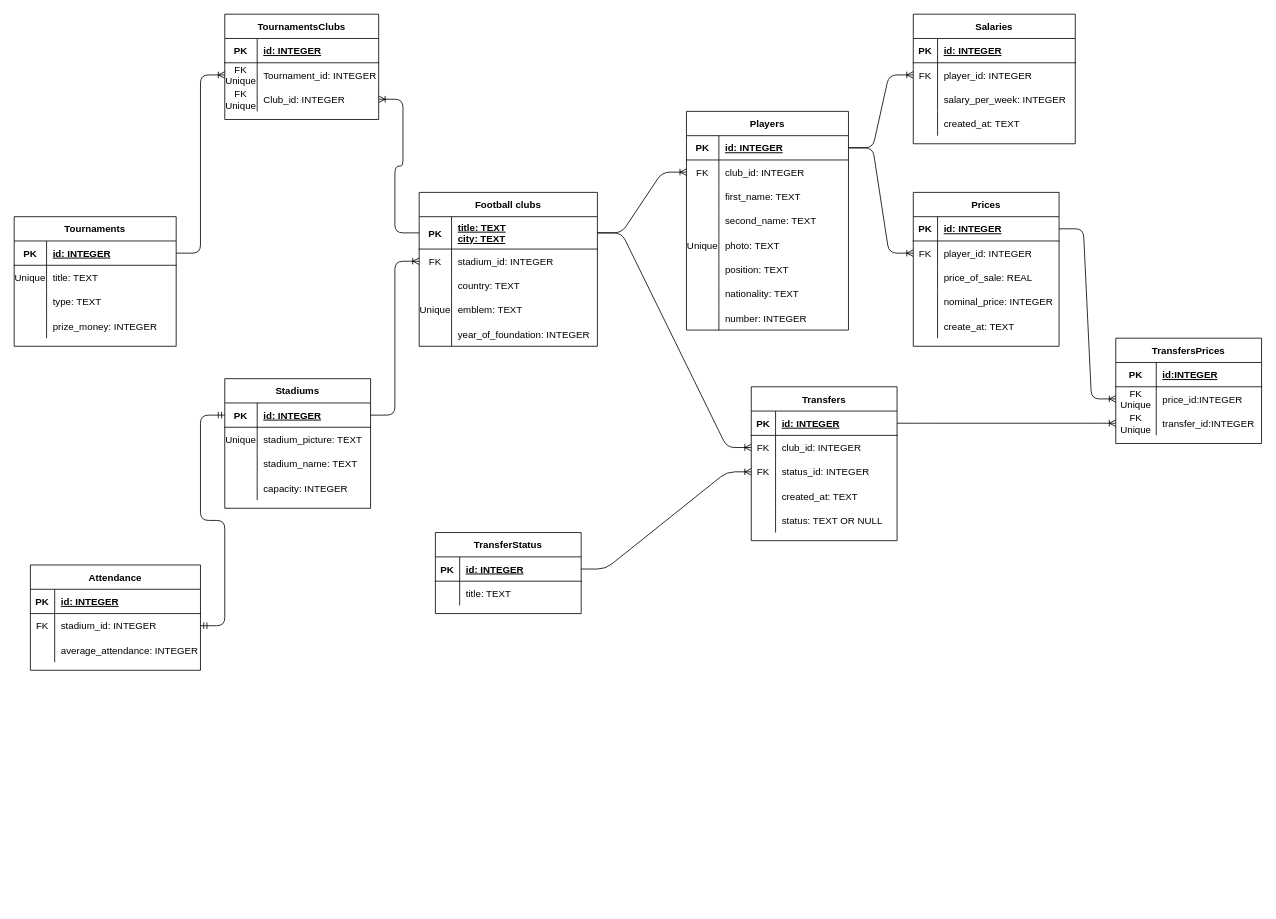
Above: DatabaseIntro/homework.drawio in okdiman/test (draw.io), before the change. Source tidied: cells renumbered, new cells numbered last; positions are measured from the earlier drawing's top-left corner, leaving out a move shared by most shapes. Both pictures are drawn from the tidied source at 81%, with x=0, y=0 at pixel (14, 14).
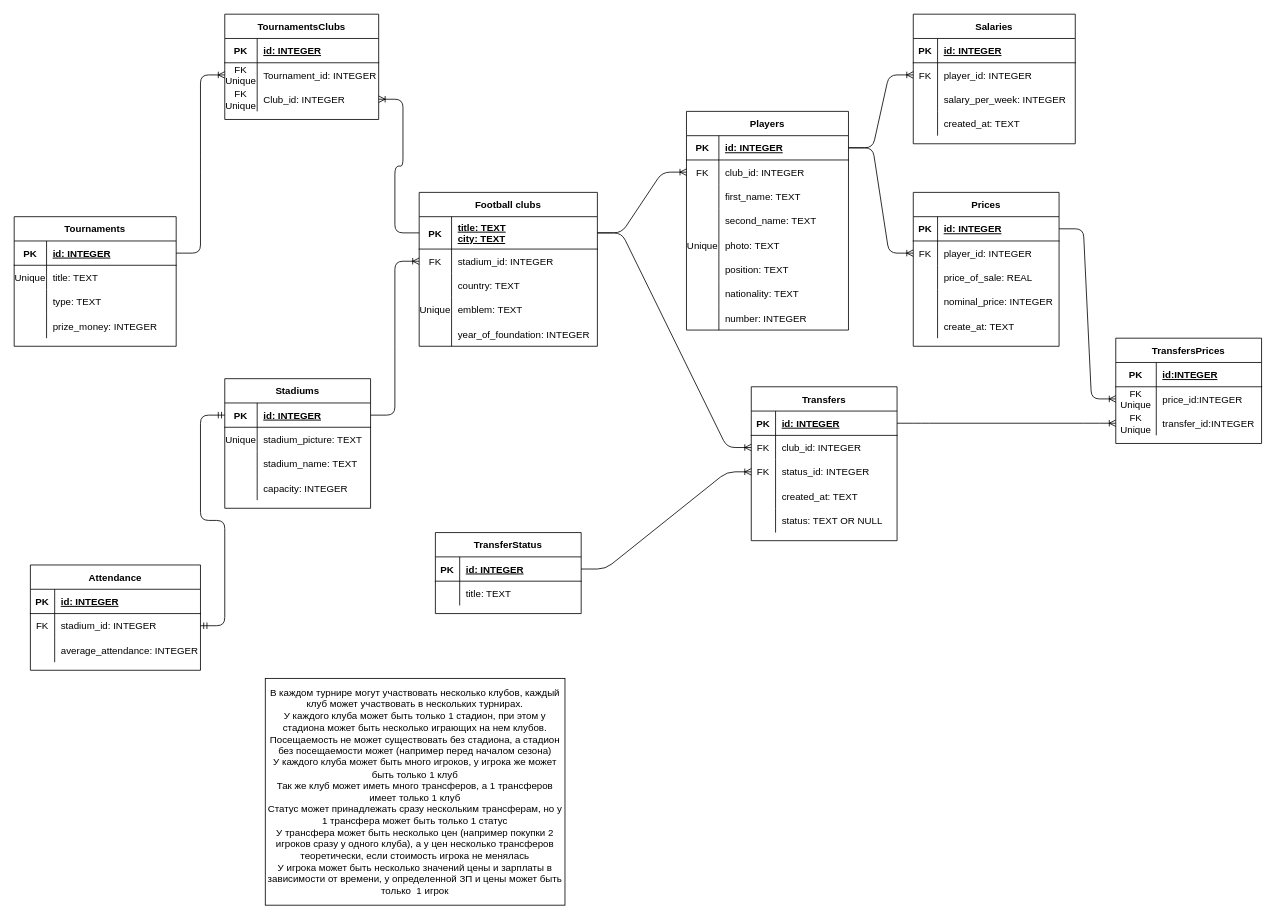
After the change.

What changed in the source:
```diff
@@
+    <mxCell id="162" value="В каждом турнире могут участвовать несколько клубов, каждый клуб может участвовать в нескольких турнирах.&lt;br&gt;У каждого клуба может быть только 1 стадион, при этом у стадиона может быть несколько играющих на нем клубов.&lt;br&gt;Посещаемость не может существовать без стадиона, а стадион без посещаемости может (например перед началом сезона)&lt;br&gt;У каждого клуба может быть много игроков, у игрока же может быть только 1 клуб&lt;br&gt;Так же клуб может иметь много трансферов, а 1 трансферов имеет только 1 клуб&lt;br&gt;Статус может принадлежать сразу нескольким трансферам, но у 1 трансфера может быть только 1 статус&lt;br&gt;У трансфера может быть несколько цен (например покупки 2 игроков сразу у одного клуба), а у цен несколько трансферов теоретически, если стоимость игрока не менялась&lt;br&gt;У игрока может быть несколько значений цены и зарплаты в зависимости от времени, у определенной ЗП и цены может быть только&amp;nbsp; 1 игрок" style="rounded=0;whiteSpace=wrap;html=1;" parent="1" vertex="1">
+      <mxGeometry x="310" y="820" width="370" height="280" as="geometry" />
+    </mxCell>
```
